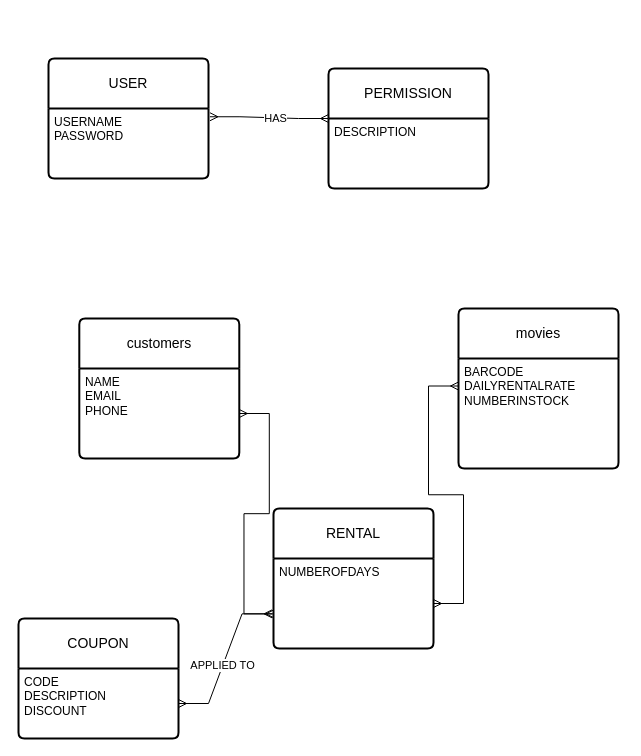
Before: Movies.drawio in RojinD/Diagram, a draw.io diagram. Source tidied: cells renumbered, new cells numbered last; positions are measured from the earlier drawing's top-left corner, leaving out a move shared by most shapes. Both pictures are drawn from the tidied source at 100%, with x=0, y=0 at pixel (18, 58).
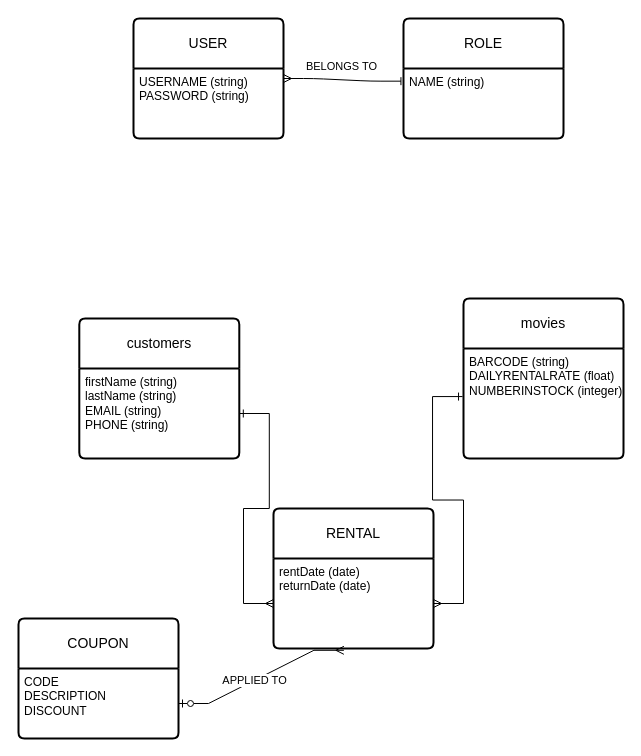
After the change.

Unchanged cells that the change refers to:
```xml
<mxCell id="2" value="customers" style="swimlane;horizontal=1;startSize=50;rounded=1;fontSize=14;fontStyle=0;strokeWidth=2;shadow=0;dashed=0;align=center;arcSize=4;whiteSpace=wrap;html=1;" parent="1" vertex="1">
  <mxGeometry x="60.8" y="260" width="160" height="140" as="geometry" />
</mxCell>
<mxCell id="6" value="RENTAL" style="swimlane;horizontal=1;startSize=50;rounded=1;fontSize=14;fontStyle=0;strokeWidth=2;shadow=0;dashed=0;align=center;arcSize=4;whiteSpace=wrap;html=1;" parent="1" vertex="1">
  <mxGeometry x="255" y="450" width="160" height="140" as="geometry" />
</mxCell>
<mxCell id="9" value="CODE&lt;br&gt;DESCRIPTION&lt;br&gt;DISCOUNT" style="align=left;strokeColor=none;fillColor=none;spacingLeft=4;fontSize=12;verticalAlign=top;html=1;" parent="8" vertex="1">
  <mxGeometry y="50" width="160" height="70" as="geometry" />
</mxCell>
```

Change to the diagram source:
```diff
@@
-    <mxCell id="3" value="NAME&lt;br&gt;EMAIL&lt;br&gt;PHONE&lt;br&gt;" style="align=left;strokeColor=none;fillColor=none;spacingLeft=4;fontSize=12;verticalAlign=top;html=1;" parent="2" vertex="1">
+    <mxCell id="3" value="firstName (string)&lt;br&gt;lastName (string)&lt;br&gt;EMAIL (string)&lt;br&gt;PHONE (string)" style="align=left;strokeColor=none;fillColor=none;spacingLeft=4;fontSize=12;verticalAlign=top;html=1;" parent="2" vertex="1">
       <mxGeometry y="50" width="160" height="90" as="geometry" />
     </mxCell>
     <mxCell id="4" value="movies" style="swimlane;horizontal=1;startSize=50;rounded=1;fontSize=14;fontStyle=0;strokeWidth=2;shadow=0;dashed=0;align=center;arcSize=4;whiteSpace=wrap;html=1;" parent="1" vertex="1">
-      <mxGeometry x="440" y="250" width="160" height="160" as="geometry" />
+      <mxGeometry x="445" y="240" width="160" height="160" as="geometry" />
     </mxCell>
-    <mxCell id="5" value="BARCODE&lt;br&gt;DAILYRENTALRATE&lt;br&gt;NUMBERINSTOCK" style="align=left;strokeColor=none;fillColor=none;spacingLeft=4;fontSize=12;verticalAlign=top;html=1;" parent="4" vertex="1">
+    <mxCell id="5" value="BARCODE (string)&lt;br&gt;DAILYRENTALRATE (float)&lt;br&gt;NUMBERINSTOCK (integer)" style="align=left;strokeColor=none;fillColor=none;spacingLeft=4;fontSize=12;verticalAlign=top;html=1;" parent="4" vertex="1">
       <mxGeometry y="50" width="160" height="110" as="geometry" />
     </mxCell>
@@
-    <mxCell id="7" value="NUMBEROFDAYS" style="align=left;strokeColor=none;fillColor=none;spacingLeft=4;fontSize=12;verticalAlign=top;html=1;" parent="6" vertex="1">
+    <mxCell id="7" value="rentDate (date)&lt;br&gt;returnDate (date)" style="align=left;strokeColor=none;fillColor=none;spacingLeft=4;fontSize=12;verticalAlign=top;html=1;" parent="6" vertex="1">
       <mxGeometry y="50" width="160" height="90" as="geometry" />
     </mxCell>
@@
     <mxCell id="10" value="USER" style="swimlane;horizontal=1;startSize=50;rounded=1;fontSize=14;fontStyle=0;strokeWidth=2;shadow=0;dashed=0;align=center;arcSize=4;whiteSpace=wrap;html=1;" parent="1" vertex="1">
-      <mxGeometry x="30" width="160" height="120" as="geometry" />
+      <mxGeometry x="115" y="-40" width="150" height="120" as="geometry" />
     </mxCell>
-    <mxCell id="11" value="USERNAME&lt;br&gt;PASSWORD" style="align=left;strokeColor=none;fillColor=none;spacingLeft=4;fontSize=12;verticalAlign=top;html=1;" parent="10" vertex="1">
-      <mxGeometry y="50" width="160" height="70" as="geometry" />
+    <mxCell id="11" value="USERNAME (string)&lt;br&gt;PASSWORD (string)" style="align=left;strokeColor=none;fillColor=none;spacingLeft=4;fontSize=12;verticalAlign=top;html=1;" parent="10" vertex="1">
+      <mxGeometry y="50" width="150" height="70" as="geometry" />
     </mxCell>
-    <mxCell id="12" value="PERMISSION" style="swimlane;horizontal=1;startSize=50;rounded=1;fontSize=14;fontStyle=0;strokeWidth=2;shadow=0;dashed=0;align=center;arcSize=4;whiteSpace=wrap;html=1;" parent="1" vertex="1">
-      <mxGeometry x="310" y="10" width="160" height="120" as="geometry" />
-    </mxCell>
-    <mxCell id="13" value="DESCRIPTION" style="align=left;strokeColor=none;fillColor=none;spacingLeft=4;fontSize=12;verticalAlign=top;html=1;" parent="12" vertex="1">
-      <mxGeometry y="50" width="160" height="70" as="geometry" />
-    </mxCell>
-    <mxCell id="14" style="edgeStyle=entityRelationEdgeStyle;fontSize=12;html=1;endArrow=ERmany;startArrow=ERmany;rounded=0;exitX=1.009;exitY=0.118;exitDx=0;exitDy=0;exitPerimeter=0;entryX=0;entryY=0;entryDx=0;entryDy=0;" parent="1" edge="1" source="11" target="13">
-      <mxGeometry relative="1" as="geometry" />
-    </mxCell>
-    <mxCell id="15" value="HAS" style="edgeLabel;html=1;align=center;verticalAlign=middle;" parent="14" vertex="1">
-      <mxGeometry x="0.1" relative="1" as="geometry" />
-    </mxCell>
-    <mxCell id="16" style="edgeStyle=entityRelationEdgeStyle;fontSize=12;html=1;endArrow=ERmany;startArrow=ERmany;rounded=0;entryX=0;entryY=0.25;entryDx=0;entryDy=0;" parent="1" edge="1" source="7" target="5">
+    <mxCell id="16" style="edgeStyle=entityRelationEdgeStyle;fontSize=12;html=1;endArrow=ERone;startArrow=ERmany;rounded=0;entryX=-0.006;entryY=0.437;entryDx=0;entryDy=0;entryPerimeter=0;endFill=0;" parent="1" edge="1" source="7" target="5">
       <mxGeometry relative="1" as="geometry" />
     </mxCell>
-    <mxCell id="17" style="edgeStyle=entityRelationEdgeStyle;fontSize=12;html=1;endArrow=ERmany;startArrow=ERmany;rounded=0;exitX=0.003;exitY=0.615;exitDx=0;exitDy=0;exitPerimeter=0;" parent="1" edge="1" source="7" target="3">
+    <mxCell id="17" style="edgeStyle=entityRelationEdgeStyle;fontSize=12;html=1;endArrow=ERone;startArrow=ERmany;rounded=0;startFill=0;endFill=0;" parent="1" edge="1" source="7" target="3">
       <mxGeometry relative="1" as="geometry" />
     </mxCell>
-    <mxCell id="18" style="edgeStyle=entityRelationEdgeStyle;fontSize=12;html=1;endArrow=ERmany;startArrow=ERmany;rounded=0;entryX=-0.009;entryY=0.615;entryDx=0;entryDy=0;entryPerimeter=0;" parent="1" edge="1" source="9" target="7">
+    <mxCell id="18" style="edgeStyle=entityRelationEdgeStyle;fontSize=12;html=1;endArrow=ERmany;startArrow=ERzeroToOne;rounded=0;entryX=0.44;entryY=1.02;entryDx=0;entryDy=0;entryPerimeter=0;endFill=0;startFill=0;" parent="1" edge="1" source="9" target="7">
       <mxGeometry relative="1" as="geometry" />
     </mxCell>
@@
+    <mxCell id="20" value="ROLE" style="swimlane;horizontal=1;startSize=50;rounded=1;fontSize=14;fontStyle=0;strokeWidth=2;shadow=0;dashed=0;align=center;arcSize=4;whiteSpace=wrap;html=1;" parent="1" vertex="1">
+      <mxGeometry x="385" y="-40" width="160" height="120" as="geometry" />
+    </mxCell>
+    <mxCell id="21" value="NAME (string)" style="align=left;strokeColor=none;fillColor=none;spacingLeft=4;fontSize=12;verticalAlign=top;html=1;" parent="20" vertex="1">
+      <mxGeometry y="50" width="160" height="70" as="geometry" />
+    </mxCell>
+    <mxCell id="22" style="edgeStyle=entityRelationEdgeStyle;fontSize=12;html=1;endArrow=baseDash;startArrow=ERmany;rounded=1;entryX=-0.016;entryY=0.181;entryDx=0;entryDy=0;entryPerimeter=0;endFill=0;" parent="1" edge="1" target="21">
+      <mxGeometry relative="1" as="geometry">
+        <mxPoint x="265" y="20" as="sourcePoint" />
+      </mxGeometry>
+    </mxCell>
+    <mxCell id="23" value="BELONGS TO" style="edgeLabel;html=1;align=center;verticalAlign=middle;" parent="22" vertex="1">
+      <mxGeometry x="-0.03" y="1" relative="1" as="geometry">
+        <mxPoint y="-13" as="offset" />
+      </mxGeometry>
+    </mxCell>
```
